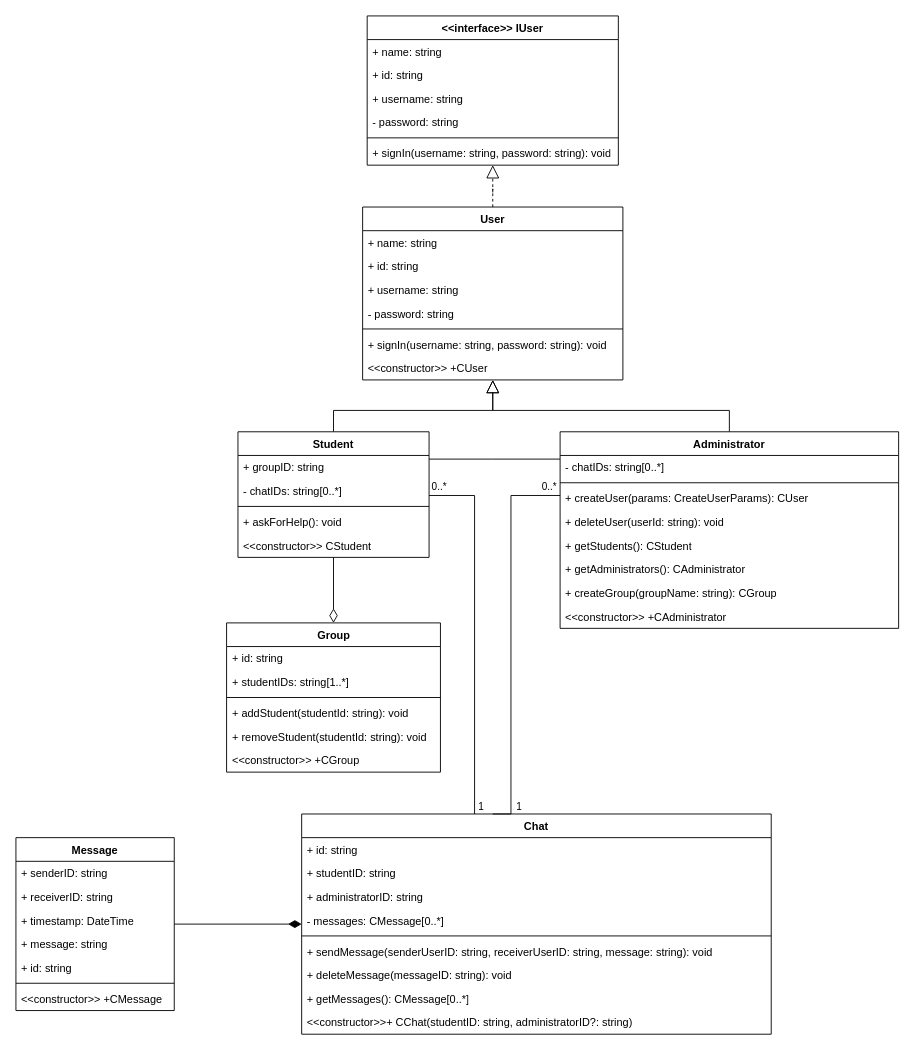
This is class_diagram_detailed.drawio from marchenkodima/oop-project-console, a draw.io file, before an edit. Source tidied: cells renumbered, new cells numbered last; positions are measured from the earlier drawing's top-left corner, leaving out a move shared by most shapes. Both pictures are drawn from the tidied source at 91%, with x=0, y=0 at pixel (15, 15).
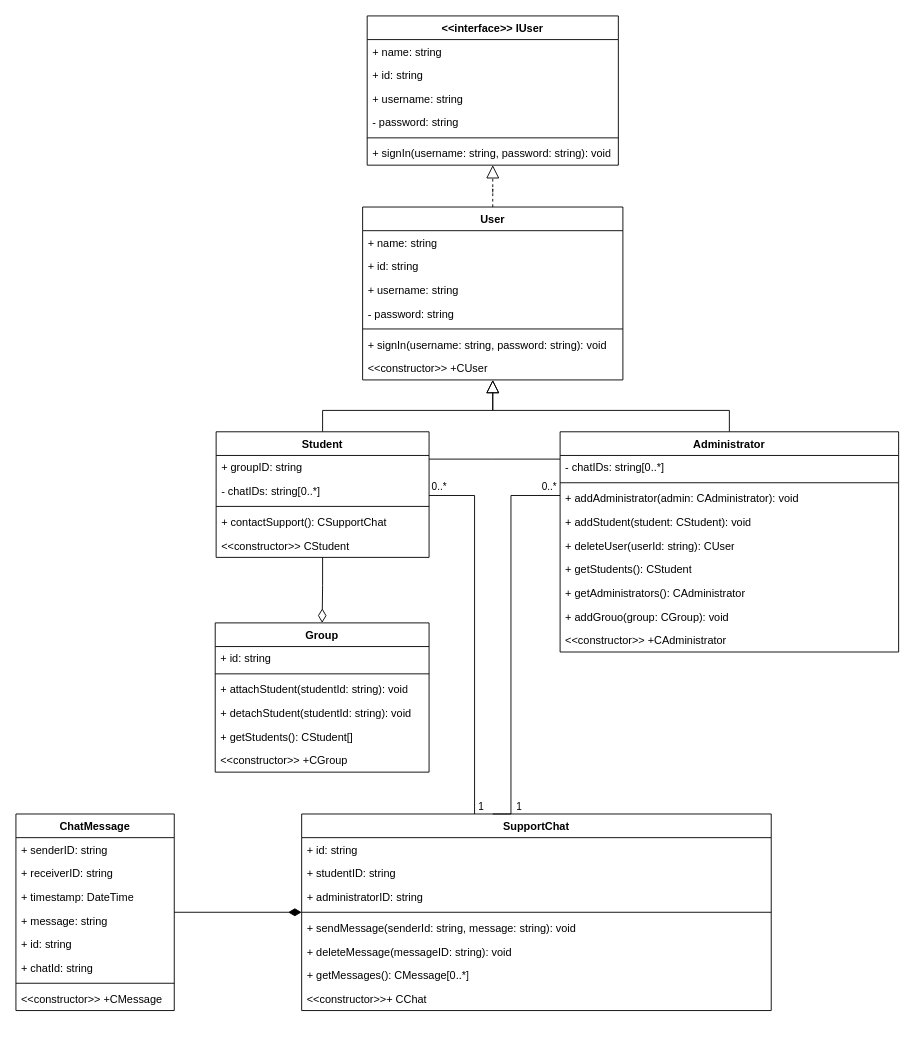
The same diagram, later.

Diff of the diagram source:
```diff
@@
     <mxCell id="11" value="Student" style="swimlane;fontStyle=1;align=center;verticalAlign=top;horizontal=1;startSize=26;whiteSpace=wrap;html=1;" parent="1" vertex="1">
-      <mxGeometry x="244" y="457" width="210" height="138" as="geometry" />
+      <mxGeometry x="220" y="457" width="234" height="138" as="geometry" />
     </mxCell>
     <mxCell id="12" value="+ groupID: string" style="text;strokeColor=none;fillColor=none;align=left;verticalAlign=top;spacingLeft=4;spacingRight=4;overflow=hidden;whiteSpace=wrap;html=1;" parent="11" vertex="1">
-      <mxGeometry y="26" width="210" height="26" as="geometry" />
+      <mxGeometry y="26" width="234" height="26" as="geometry" />
     </mxCell>
     <mxCell id="13" value="- chatIDs: string[0..*]" style="text;strokeColor=none;fillColor=none;align=left;verticalAlign=top;spacingLeft=4;spacingRight=4;overflow=hidden;whiteSpace=wrap;html=1;" parent="11" vertex="1">
-      <mxGeometry y="52" width="210" height="26" as="geometry" />
+      <mxGeometry y="52" width="234" height="26" as="geometry" />
     </mxCell>
     <mxCell id="14" style="line;strokeWidth=1;fillColor=none;align=left;verticalAlign=middle;spacingTop=-1;spacingLeft=3;spacingRight=3;labelPosition=right;strokeColor=inherit;" parent="11" vertex="1">
-      <mxGeometry y="78" width="210" height="8" as="geometry" />
+      <mxGeometry y="78" width="234" height="8" as="geometry" />
     </mxCell>
-    <mxCell id="15" value="+ askForHelp(): void" style="text;strokeColor=none;fillColor=none;align=left;verticalAlign=top;spacingLeft=4;spacingRight=4;overflow=hidden;whiteSpace=wrap;html=1;" parent="11" vertex="1">
-      <mxGeometry y="86" width="210" height="26" as="geometry" />
+    <mxCell id="15" value="+ contactSupport(): CSupportChat" style="text;strokeColor=none;fillColor=none;align=left;verticalAlign=top;spacingLeft=4;spacingRight=4;overflow=hidden;whiteSpace=wrap;html=1;" parent="11" vertex="1">
+      <mxGeometry y="86" width="234" height="26" as="geometry" />
     </mxCell>
     <mxCell id="16" value="&amp;lt;&amp;lt;constructor&amp;gt;&amp;gt; CStudent" style="text;strokeColor=none;fillColor=none;align=left;verticalAlign=top;spacingLeft=4;spacingRight=4;overflow=hidden;whiteSpace=wrap;html=1;" parent="11" vertex="1">
-      <mxGeometry y="112" width="210" height="26" as="geometry" />
+      <mxGeometry y="112" width="234" height="26" as="geometry" />
     </mxCell>
@@
     <mxCell id="18" value="Administrator" style="swimlane;fontStyle=1;align=center;verticalAlign=top;horizontal=1;startSize=26;whiteSpace=wrap;html=1;" parent="1" vertex="1">
-      <mxGeometry x="598" y="457" width="372" height="216" as="geometry" />
+      <mxGeometry x="598" y="457" width="372" height="242" as="geometry" />
     </mxCell>
@@
+    <mxCell id="69" value="+ addAdministrator(admin: CAdministrator): void" style="text;strokeColor=none;fillColor=none;align=left;verticalAlign=top;spacingLeft=4;spacingRight=4;overflow=hidden;whiteSpace=wrap;html=1;" parent="18" vertex="1">
+      <mxGeometry y="60" width="372" height="26" as="geometry" />
+    </mxCell>
-    <mxCell id="21" value="+ createUser(params: CreateUserParams): CUser" style="text;strokeColor=none;fillColor=none;align=left;verticalAlign=top;spacingLeft=4;spacingRight=4;overflow=hidden;whiteSpace=wrap;html=1;" parent="18" vertex="1">
-      <mxGeometry y="60" width="372" height="26" as="geometry" />
+    <mxCell id="21" value="+ addStudent(student: CStudent): void" style="text;strokeColor=none;fillColor=none;align=left;verticalAlign=top;spacingLeft=4;spacingRight=4;overflow=hidden;whiteSpace=wrap;html=1;" parent="18" vertex="1">
+      <mxGeometry y="86" width="372" height="26" as="geometry" />
     </mxCell>
-    <mxCell id="22" value="+ deleteUser(userId: string): void" style="text;strokeColor=none;fillColor=none;align=left;verticalAlign=top;spacingLeft=4;spacingRight=4;overflow=hidden;whiteSpace=wrap;html=1;" parent="18" vertex="1">
-      <mxGeometry y="86" width="372" height="26" as="geometry" />
+    <mxCell id="22" value="+ deleteUser(userId: string): CUser" style="text;strokeColor=none;fillColor=none;align=left;verticalAlign=top;spacingLeft=4;spacingRight=4;overflow=hidden;whiteSpace=wrap;html=1;" parent="18" vertex="1">
+      <mxGeometry y="112" width="372" height="26" as="geometry" />
     </mxCell>
     <mxCell id="23" value="+ getStudents(): CStudent" style="text;strokeColor=none;fillColor=none;align=left;verticalAlign=top;spacingLeft=4;spacingRight=4;overflow=hidden;whiteSpace=wrap;html=1;" parent="18" vertex="1">
-      <mxGeometry y="112" width="372" height="26" as="geometry" />
+      <mxGeometry y="138" width="372" height="26" as="geometry" />
     </mxCell>
     <mxCell id="24" value="+ getAdministrators(): CAdministrator" style="text;strokeColor=none;fillColor=none;align=left;verticalAlign=top;spacingLeft=4;spacingRight=4;overflow=hidden;whiteSpace=wrap;html=1;" parent="18" vertex="1">
-      <mxGeometry y="138" width="372" height="26" as="geometry" />
+      <mxGeometry y="164" width="372" height="26" as="geometry" />
     </mxCell>
-    <mxCell id="25" value="+ createGroup(groupName: string): CGroup" style="text;strokeColor=none;fillColor=none;align=left;verticalAlign=top;spacingLeft=4;spacingRight=4;overflow=hidden;whiteSpace=wrap;html=1;" parent="18" vertex="1">
-      <mxGeometry y="164" width="372" height="26" as="geometry" />
+    <mxCell id="25" value="+ addGrouo(group: CGroup): void" style="text;strokeColor=none;fillColor=none;align=left;verticalAlign=top;spacingLeft=4;spacingRight=4;overflow=hidden;whiteSpace=wrap;html=1;" parent="18" vertex="1">
+      <mxGeometry y="190" width="372" height="26" as="geometry" />
     </mxCell>
     <mxCell id="26" value="&amp;lt;&amp;lt;constructor&amp;gt;&amp;gt; +CAdministrator" style="text;strokeColor=none;fillColor=none;align=left;verticalAlign=top;spacingLeft=4;spacingRight=4;overflow=hidden;whiteSpace=wrap;html=1;" parent="18" vertex="1">
-      <mxGeometry y="190" width="372" height="26" as="geometry" />
+      <mxGeometry y="216" width="372" height="26" as="geometry" />
     </mxCell>
-    <mxCell id="27" value="Message" style="swimlane;fontStyle=1;align=center;verticalAlign=top;horizontal=1;startSize=26;whiteSpace=wrap;html=1;" parent="1" vertex="1">
-      <mxGeometry y="903" width="174" height="190" as="geometry" />
+    <mxCell id="27" value="ChatMessage" style="swimlane;fontStyle=1;align=center;verticalAlign=top;horizontal=1;startSize=26;whiteSpace=wrap;html=1;" parent="1" vertex="1">
+      <mxGeometry y="877" width="174" height="216" as="geometry" />
     </mxCell>
@@
+    <mxCell id="70" value="+ id: string" style="text;strokeColor=none;fillColor=none;align=left;verticalAlign=top;spacingLeft=4;spacingRight=4;overflow=hidden;whiteSpace=wrap;html=1;" parent="27" vertex="1">
+      <mxGeometry y="130" width="174" height="26" as="geometry" />
+    </mxCell>
-    <mxCell id="32" value="+ id: string" style="text;strokeColor=none;fillColor=none;align=left;verticalAlign=top;spacingLeft=4;spacingRight=4;overflow=hidden;whiteSpace=wrap;html=1;" parent="27" vertex="1">
-      <mxGeometry y="130" width="174" height="26" as="geometry" />
+    <mxCell id="32" value="+ chatId: string" style="text;strokeColor=none;fillColor=none;align=left;verticalAlign=top;spacingLeft=4;spacingRight=4;overflow=hidden;whiteSpace=wrap;html=1;" parent="27" vertex="1">
+      <mxGeometry y="156" width="174" height="26" as="geometry" />
     </mxCell>
     <mxCell id="33" style="line;strokeWidth=1;fillColor=none;align=left;verticalAlign=middle;spacingTop=-1;spacingLeft=3;spacingRight=3;labelPosition=right;strokeColor=inherit;" parent="27" vertex="1">
-      <mxGeometry y="156" width="174" height="8" as="geometry" />
+      <mxGeometry y="182" width="174" height="8" as="geometry" />
     </mxCell>
     <mxCell id="34" value="&amp;lt;&amp;lt;constructor&amp;gt;&amp;gt; +CMessage" style="text;strokeColor=none;fillColor=none;align=left;verticalAlign=top;spacingLeft=4;spacingRight=4;overflow=hidden;whiteSpace=wrap;html=1;" parent="27" vertex="1">
-      <mxGeometry y="164" width="174" height="26" as="geometry" />
+      <mxGeometry y="190" width="174" height="26" as="geometry" />
     </mxCell>
-    <mxCell id="35" value="Chat" style="swimlane;fontStyle=1;align=center;verticalAlign=top;horizontal=1;startSize=26;whiteSpace=wrap;html=1;" parent="1" vertex="1">
-      <mxGeometry x="314" y="877" width="516" height="242" as="geometry" />
+    <mxCell id="35" value="SupportChat" style="swimlane;fontStyle=1;align=center;verticalAlign=top;horizontal=1;startSize=26;whiteSpace=wrap;html=1;" parent="1" vertex="1">
+      <mxGeometry x="314" y="877" width="516" height="216" as="geometry" />
     </mxCell>
@@
-    <mxCell id="39" value="- messages: CMessage[0..*]" style="text;strokeColor=none;fillColor=none;align=left;verticalAlign=top;spacingLeft=4;spacingRight=4;overflow=hidden;whiteSpace=wrap;html=1;" parent="35" vertex="1">
-      <mxGeometry y="104" width="516" height="26" as="geometry" />
-    </mxCell>
     <mxCell id="40" style="line;strokeWidth=1;fillColor=none;align=left;verticalAlign=middle;spacingTop=-1;spacingLeft=3;spacingRight=3;labelPosition=right;strokeColor=inherit;" parent="35" vertex="1">
-      <mxGeometry y="130" width="516" height="8" as="geometry" />
+      <mxGeometry y="104" width="516" height="8" as="geometry" />
     </mxCell>
-    <mxCell id="41" value="+ sendMessage(senderUserID: string, receiverUserID: string, message: string): void" style="text;strokeColor=none;fillColor=none;align=left;verticalAlign=top;spacingLeft=4;spacingRight=4;overflow=hidden;whiteSpace=wrap;html=1;" parent="35" vertex="1">
-      <mxGeometry y="138" width="516" height="26" as="geometry" />
+    <mxCell id="41" value="+ sendMessage(senderId: string, message: string): void" style="text;strokeColor=none;fillColor=none;align=left;verticalAlign=top;spacingLeft=4;spacingRight=4;overflow=hidden;whiteSpace=wrap;html=1;" parent="35" vertex="1">
+      <mxGeometry y="112" width="516" height="26" as="geometry" />
     </mxCell>
     <mxCell id="42" value="+ deleteMessage(messageID: string): void" style="text;strokeColor=none;fillColor=none;align=left;verticalAlign=top;spacingLeft=4;spacingRight=4;overflow=hidden;whiteSpace=wrap;html=1;" parent="35" vertex="1">
-      <mxGeometry y="164" width="516" height="26" as="geometry" />
+      <mxGeometry y="138" width="516" height="26" as="geometry" />
     </mxCell>
     <mxCell id="43" value="+ getMessages(): CMessage[0..*]" style="text;strokeColor=none;fillColor=none;align=left;verticalAlign=top;spacingLeft=4;spacingRight=4;overflow=hidden;whiteSpace=wrap;html=1;" parent="35" vertex="1">
-      <mxGeometry y="190" width="516" height="26" as="geometry" />
+      <mxGeometry y="164" width="516" height="26" as="geometry" />
     </mxCell>
-    <mxCell id="44" value="&amp;lt;&amp;lt;constructor&amp;gt;&amp;gt;+ CChat(studentID: string, administratorID?: string)" style="text;strokeColor=none;fillColor=none;align=left;verticalAlign=top;spacingLeft=4;spacingRight=4;overflow=hidden;whiteSpace=wrap;html=1;" parent="35" vertex="1">
-      <mxGeometry y="216" width="516" height="26" as="geometry" />
+    <mxCell id="44" value="&amp;lt;&amp;lt;constructor&amp;gt;&amp;gt;+ CChat" style="text;strokeColor=none;fillColor=none;align=left;verticalAlign=top;spacingLeft=4;spacingRight=4;overflow=hidden;whiteSpace=wrap;html=1;" parent="35" vertex="1">
+      <mxGeometry y="190" width="516" height="26" as="geometry" />
     </mxCell>
@@
     <mxCell id="46" value="Group" style="swimlane;fontStyle=1;align=center;verticalAlign=top;horizontal=1;startSize=26;whiteSpace=wrap;html=1;" parent="1" vertex="1">
-      <mxGeometry x="231.5" y="667" width="235" height="164" as="geometry" />
+      <mxGeometry x="219" y="667" width="235" height="164" as="geometry" />
     </mxCell>
@@
-    <mxCell id="48" value="+ studentIDs: string[1..*]" style="text;strokeColor=none;fillColor=none;align=left;verticalAlign=top;spacingLeft=4;spacingRight=4;overflow=hidden;whiteSpace=wrap;html=1;" parent="46" vertex="1">
-      <mxGeometry y="52" width="235" height="26" as="geometry" />
-    </mxCell>
     <mxCell id="49" style="line;strokeWidth=1;fillColor=none;align=left;verticalAlign=middle;spacingTop=-1;spacingLeft=3;spacingRight=3;labelPosition=right;strokeColor=inherit;" parent="46" vertex="1">
-      <mxGeometry y="78" width="235" height="8" as="geometry" />
+      <mxGeometry y="52" width="235" height="8" as="geometry" />
     </mxCell>
-    <mxCell id="50" value="+ addStudent(studentId: string): void" style="text;strokeColor=none;fillColor=none;align=left;verticalAlign=top;spacingLeft=4;spacingRight=4;overflow=hidden;whiteSpace=wrap;html=1;" parent="46" vertex="1">
-      <mxGeometry y="86" width="235" height="26" as="geometry" />
+    <mxCell id="50" value="+ attachStudent(studentId: string): void" style="text;strokeColor=none;fillColor=none;align=left;verticalAlign=top;spacingLeft=4;spacingRight=4;overflow=hidden;whiteSpace=wrap;html=1;" parent="46" vertex="1">
+      <mxGeometry y="60" width="235" height="26" as="geometry" />
     </mxCell>
-    <mxCell id="51" value="+ removeStudent(studentId: string): void" style="text;strokeColor=none;fillColor=none;align=left;verticalAlign=top;spacingLeft=4;spacingRight=4;overflow=hidden;whiteSpace=wrap;html=1;" parent="46" vertex="1">
-      <mxGeometry y="112" width="235" height="26" as="geometry" />
+    <mxCell id="51" value="+ detachStudent(studentId: string): void" style="text;strokeColor=none;fillColor=none;align=left;verticalAlign=top;spacingLeft=4;spacingRight=4;overflow=hidden;whiteSpace=wrap;html=1;" parent="46" vertex="1">
+      <mxGeometry y="86" width="235" height="26" as="geometry" />
     </mxCell>
+    <mxCell id="71" value="+ getStudents(): CStudent[]" style="text;strokeColor=none;fillColor=none;align=left;verticalAlign=top;spacingLeft=4;spacingRight=4;overflow=hidden;whiteSpace=wrap;html=1;" parent="46" vertex="1">
+      <mxGeometry y="112" width="235" height="26" as="geometry" />
+    </mxCell>
```
